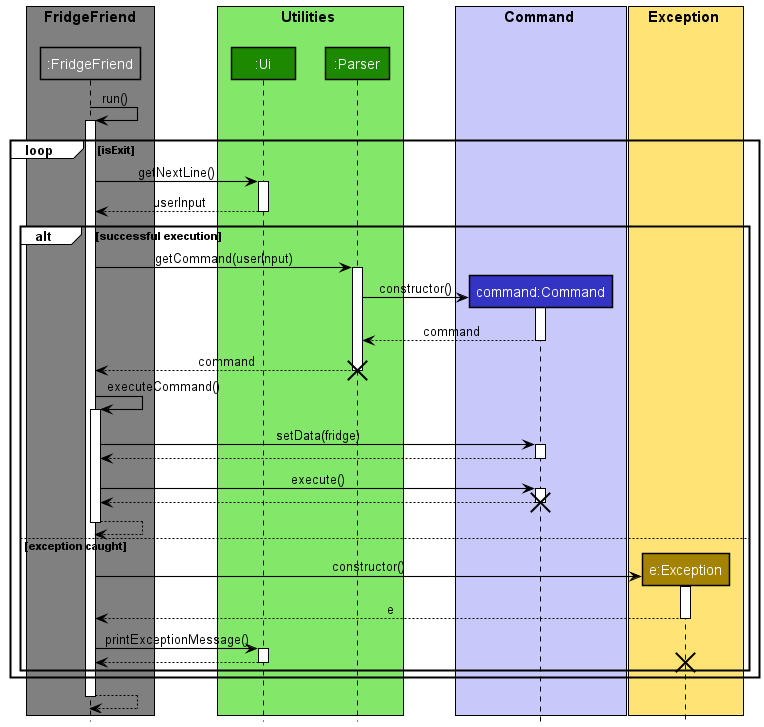
This is docs/diagrams/diagram_images/MainLogicSequenceDiagram.png from nus-cs2113-AY2021S2/tp, a PlantUML export, as it was before one commit.
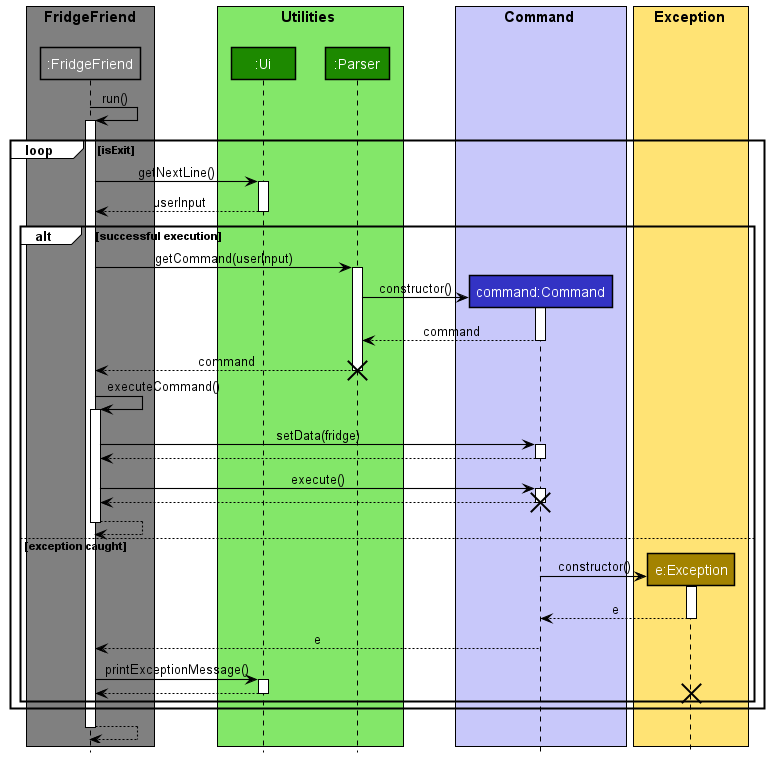
The same file after the commit.

The edit, as a diff of the source:
```diff
@@ -41,13 +41,14 @@
         return
     else exception caught
         create exception
-        fridgefriend -> exception: constructor()
+        command -> exception: constructor()
         return e
+        command --> fridgefriend: e
         fridgefriend -> ui: printExceptionMessage()
         return
         destroy exception
         end
     end
-return
+fridgefriend --> fridgefriend
 
 @enduml
```
